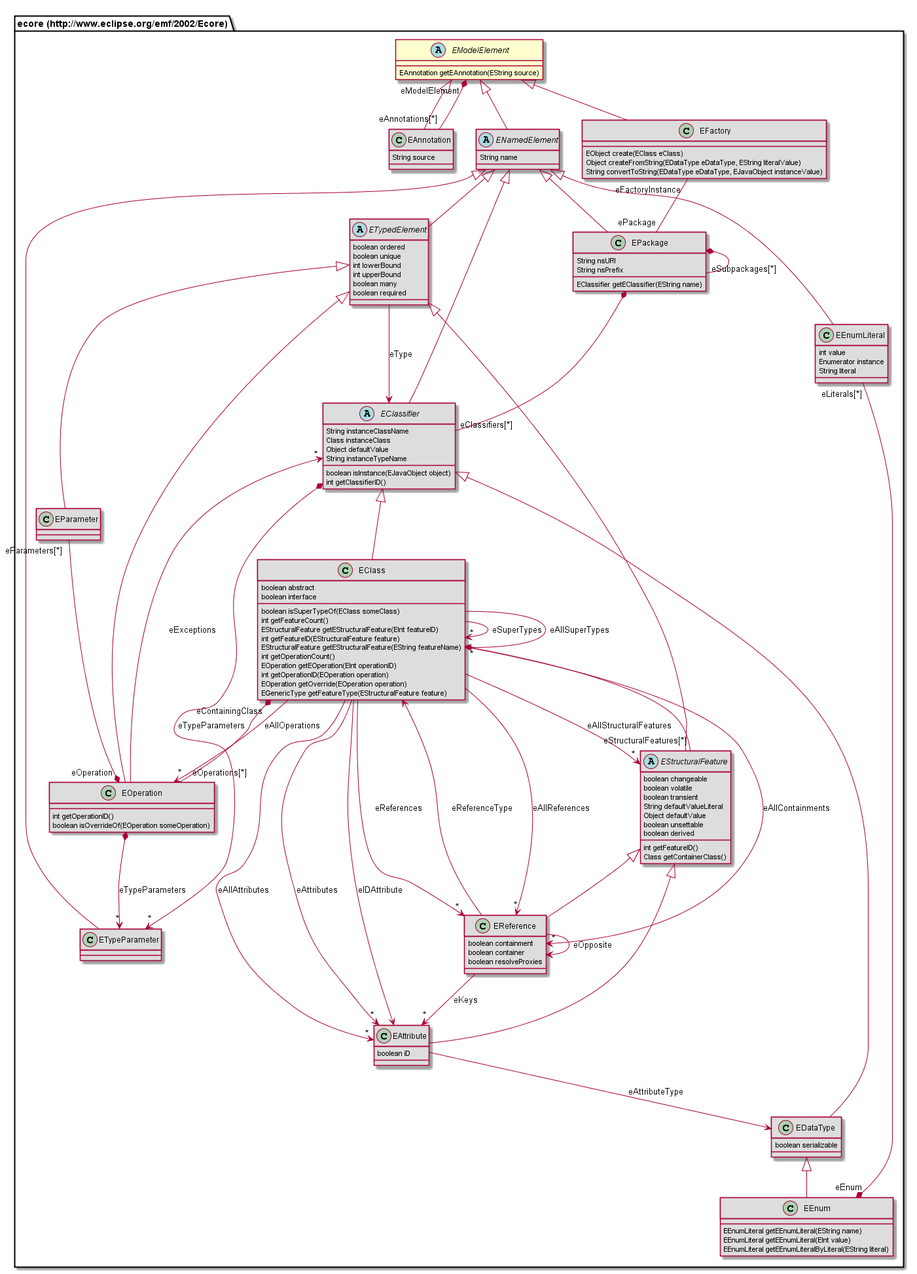
Before: org.nasdanika.codegen.editor/doc/model/687474703a2f2f7777772e65636c697073652e6f72672f656d662f323030322f45636f7265/EModelElement.png, a diagram exported from PlantUML (Nasdanika/codegen).
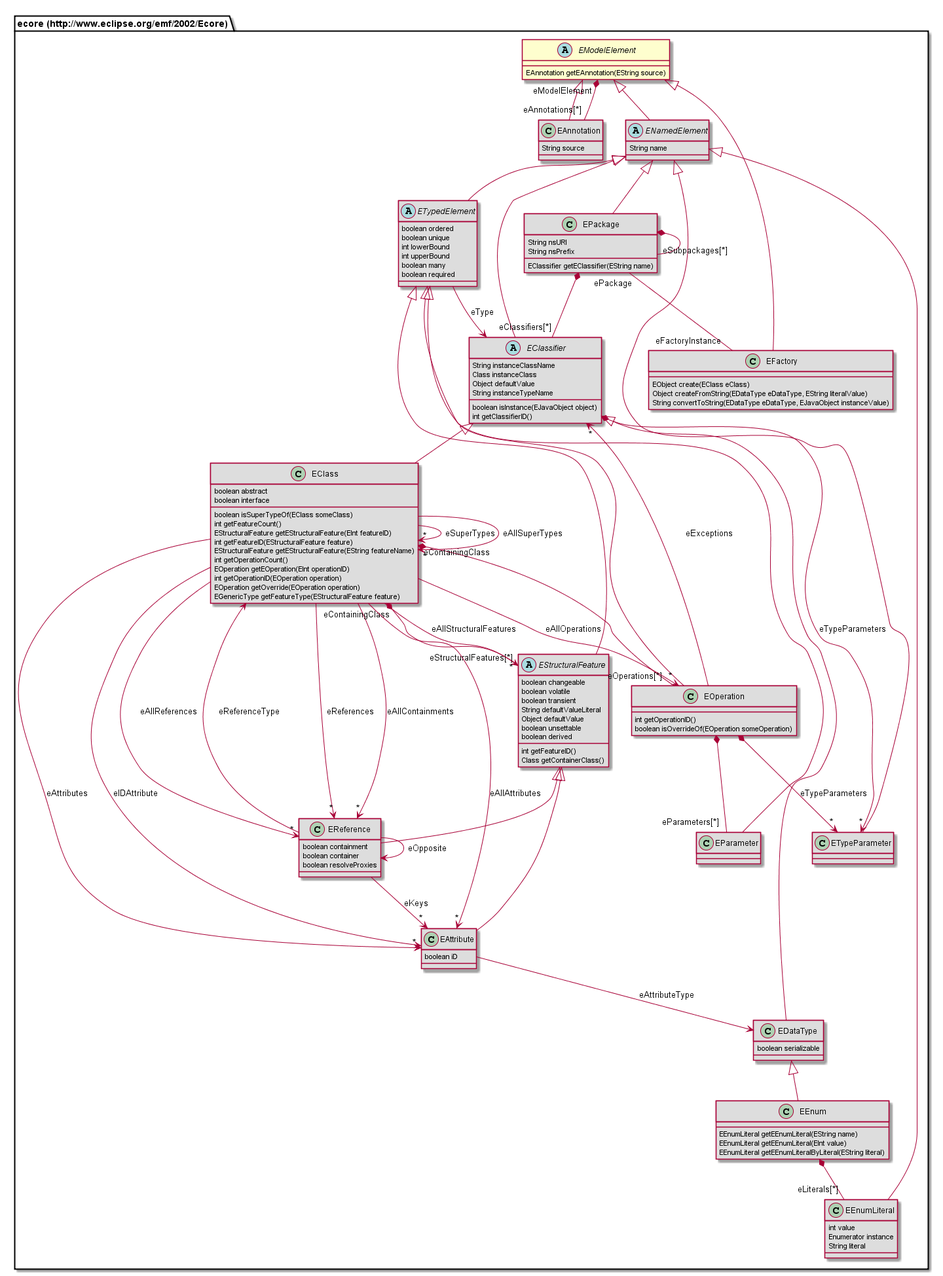
Above is the later version.

Change to the diagram source:
```diff
@@ -2,8 +2,53 @@
 abstract class "ecore (http://www.eclipse.org/emf/2002/Ecore).EModelElement" {
 	EAnnotation getEAnnotation(EString source)
 }
+class "ecore (http://www.eclipse.org/emf/2002/Ecore).EReference" #DDDDDD {
+	boolean containment
+	boolean container
+	boolean resolveProxies
+}
 class "ecore (http://www.eclipse.org/emf/2002/Ecore).EAnnotation" #DDDDDD {
 	String source
+}
+abstract class "ecore (http://www.eclipse.org/emf/2002/Ecore).EStructuralFeature" #DDDDDD {
+	boolean changeable
+	boolean volatile
+	boolean transient
+	String defaultValueLiteral
+	Object defaultValue
+	boolean unsettable
+	boolean derived
+	int getFeatureID()
+	Class getContainerClass()
+}
+class "ecore (http://www.eclipse.org/emf/2002/Ecore).EEnum" #DDDDDD {
+	EEnumLiteral getEEnumLiteral(EString name)
+	EEnumLiteral getEEnumLiteral(EInt value)
+	EEnumLiteral getEEnumLiteralByLiteral(EString literal)
+}
+class "ecore (http://www.eclipse.org/emf/2002/Ecore).EOperation" #DDDDDD {
+	int getOperationID()
+	boolean isOverrideOf(EOperation someOperation)
+}
+class "ecore (http://www.eclipse.org/emf/2002/Ecore).EPackage" #DDDDDD {
+	String nsURI
+	String nsPrefix
+	EClassifier getEClassifier(EString name)
+}
+abstract class "ecore (http://www.eclipse.org/emf/2002/Ecore).EClassifier" #DDDDDD {
+	String instanceClassName
+	Class instanceClass
+	Object defaultValue
+	String instanceTypeName
+	boolean isInstance(EJavaObject object)
+	int getClassifierID()
+}
+class "ecore (http://www.eclipse.org/emf/2002/Ecore).ETypeParameter" #DDDDDD {
+}
+class "ecore (http://www.eclipse.org/emf/2002/Ecore).EEnumLiteral" #DDDDDD {
+	int value
+	Enumerator instance
+	String literal
 }
 abstract class "ecore (http://www.eclipse.org/emf/2002/Ecore).ETypedElement" #DDDDDD {
 	boolean ordered
@@ -13,36 +58,10 @@
 	boolean many
 	boolean required
 }
-class "ecore (http://www.eclipse.org/emf/2002/Ecore).EFactory" #DDDDDD {
-	EObject create(EClass eClass)
-	Object createFromString(EDataType eDataType, EString literalValue)
-	String convertToString(EDataType eDataType, EJavaObject instanceValue)
+class "ecore (http://www.eclipse.org/emf/2002/Ecore).EParameter" #DDDDDD {
 }
 abstract class "ecore (http://www.eclipse.org/emf/2002/Ecore).ENamedElement" #DDDDDD {
 	String name
-}
-class "ecore (http://www.eclipse.org/emf/2002/Ecore).EPackage" #DDDDDD {
-	String nsURI
-	String nsPrefix
-	EClassifier getEClassifier(EString name)
-}
-class "ecore (http://www.eclipse.org/emf/2002/Ecore).EParameter" #DDDDDD {
-}
-class "ecore (http://www.eclipse.org/emf/2002/Ecore).EEnumLiteral" #DDDDDD {
-	int value
-	Enumerator instance
-	String literal
-}
-class "ecore (http://www.eclipse.org/emf/2002/Ecore).ETypeParameter" #DDDDDD {
-}
-class "ecore (http://www.eclipse.org/emf/2002/Ecore).EOperation" #DDDDDD {
-	int getOperationID()
-	boolean isOverrideOf(EOperation someOperation)
-}
-class "ecore (http://www.eclipse.org/emf/2002/Ecore).EEnum" #DDDDDD {
-	EEnumLiteral getEEnumLiteral(EString name)
-	EEnumLiteral getEEnumLiteral(EInt value)
-	EEnumLiteral getEEnumLiteralByLiteral(EString literal)
 }
 class "ecore (http://www.eclipse.org/emf/2002/Ecore).EClass" #DDDDDD {
 	boolean abstract
@@ -58,62 +77,48 @@
 	EOperation getOverride(EOperation operation)
 	EGenericType getFeatureType(EStructuralFeature feature)
 }
-class "ecore (http://www.eclipse.org/emf/2002/Ecore).EReference" #DDDDDD {
-	boolean containment
-	boolean container
-	boolean resolveProxies
+class "ecore (http://www.eclipse.org/emf/2002/Ecore).EFactory" #DDDDDD {
+	EObject create(EClass eClass)
+	Object createFromString(EDataType eDataType, EString literalValue)
+	String convertToString(EDataType eDataType, EJavaObject instanceValue)
 }
-abstract class "ecore (http://www.eclipse.org/emf/2002/Ecore).EClassifier" #DDDDDD {
-	String instanceClassName
-	Class instanceClass
-	Object defaultValue
-	String instanceTypeName
-	boolean isInstance(EJavaObject object)
-	int getClassifierID()
-}
-abstract class "ecore (http://www.eclipse.org/emf/2002/Ecore).EStructuralFeature" #DDDDDD {
-	boolean changeable
-	boolean volatile
-	boolean transient
-	String defaultValueLiteral
-	Object defaultValue
-	boolean unsettable
-	boolean derived
-	int getFeatureID()
-	Class getContainerClass()
+class "ecore (http://www.eclipse.org/emf/2002/Ecore).EAttribute" #DDDDDD {
+	boolean iD
 }
 class "ecore (http://www.eclipse.org/emf/2002/Ecore).EDataType" #DDDDDD {
 	boolean serializable
 }
-class "ecore (http://www.eclipse.org/emf/2002/Ecore).EAttribute" #DDDDDD {
-	boolean iD
-}
+"ecore (http://www.eclipse.org/emf/2002/Ecore).EStructuralFeature" <|-- "ecore (http://www.eclipse.org/emf/2002/Ecore).EReference"
 "ecore (http://www.eclipse.org/emf/2002/Ecore).EModelElement" <|-- "ecore (http://www.eclipse.org/emf/2002/Ecore).EAnnotation"
+"ecore (http://www.eclipse.org/emf/2002/Ecore).ETypedElement" <|-- "ecore (http://www.eclipse.org/emf/2002/Ecore).EStructuralFeature"
+"ecore (http://www.eclipse.org/emf/2002/Ecore).EDataType" <|-- "ecore (http://www.eclipse.org/emf/2002/Ecore).EEnum"
+"ecore (http://www.eclipse.org/emf/2002/Ecore).ETypedElement" <|-- "ecore (http://www.eclipse.org/emf/2002/Ecore).EOperation"
+"ecore (http://www.eclipse.org/emf/2002/Ecore).ENamedElement" <|-- "ecore (http://www.eclipse.org/emf/2002/Ecore).EPackage"
+"ecore (http://www.eclipse.org/emf/2002/Ecore).ENamedElement" <|-- "ecore (http://www.eclipse.org/emf/2002/Ecore).EClassifier"
+"ecore (http://www.eclipse.org/emf/2002/Ecore).ENamedElement" <|-- "ecore (http://www.eclipse.org/emf/2002/Ecore).ETypeParameter"
+"ecore (http://www.eclipse.org/emf/2002/Ecore).ENamedElement" <|-- "ecore (http://www.eclipse.org/emf/2002/Ecore).EEnumLiteral"
 "ecore (http://www.eclipse.org/emf/2002/Ecore).ENamedElement" <|-- "ecore (http://www.eclipse.org/emf/2002/Ecore).ETypedElement"
+"ecore (http://www.eclipse.org/emf/2002/Ecore).ETypedElement" <|-- "ecore (http://www.eclipse.org/emf/2002/Ecore).EParameter"
+"ecore (http://www.eclipse.org/emf/2002/Ecore).EModelElement" <|-- "ecore (http://www.eclipse.org/emf/2002/Ecore).ENamedElement"
+"ecore (http://www.eclipse.org/emf/2002/Ecore).EClassifier" <|-- "ecore (http://www.eclipse.org/emf/2002/Ecore).EClass"
 "ecore (http://www.eclipse.org/emf/2002/Ecore).EModelElement" <|-- "ecore (http://www.eclipse.org/emf/2002/Ecore).EFactory"
-"ecore (http://www.eclipse.org/emf/2002/Ecore).EModelElement" <|-- "ecore (http://www.eclipse.org/emf/2002/Ecore).ENamedElement"
-"ecore (http://www.eclipse.org/emf/2002/Ecore).ENamedElement" <|-- "ecore (http://www.eclipse.org/emf/2002/Ecore).EPackage"
-"ecore (http://www.eclipse.org/emf/2002/Ecore).ETypedElement" <|-- "ecore (http://www.eclipse.org/emf/2002/Ecore).EParameter"
-"ecore (http://www.eclipse.org/emf/2002/Ecore).ENamedElement" <|-- "ecore (http://www.eclipse.org/emf/2002/Ecore).EEnumLiteral"
-"ecore (http://www.eclipse.org/emf/2002/Ecore).ENamedElement" <|-- "ecore (http://www.eclipse.org/emf/2002/Ecore).ETypeParameter"
-"ecore (http://www.eclipse.org/emf/2002/Ecore).ETypedElement" <|-- "ecore (http://www.eclipse.org/emf/2002/Ecore).EOperation"
-"ecore (http://www.eclipse.org/emf/2002/Ecore).EDataType" <|-- "ecore (http://www.eclipse.org/emf/2002/Ecore).EEnum"
-"ecore (http://www.eclipse.org/emf/2002/Ecore).EClassifier" <|-- "ecore (http://www.eclipse.org/emf/2002/Ecore).EClass"
-"ecore (http://www.eclipse.org/emf/2002/Ecore).EStructuralFeature" <|-- "ecore (http://www.eclipse.org/emf/2002/Ecore).EReference"
-"ecore (http://www.eclipse.org/emf/2002/Ecore).ENamedElement" <|-- "ecore (http://www.eclipse.org/emf/2002/Ecore).EClassifier"
-"ecore (http://www.eclipse.org/emf/2002/Ecore).ETypedElement" <|-- "ecore (http://www.eclipse.org/emf/2002/Ecore).EStructuralFeature"
+"ecore (http://www.eclipse.org/emf/2002/Ecore).EStructuralFeature" <|-- "ecore (http://www.eclipse.org/emf/2002/Ecore).EAttribute"
 "ecore (http://www.eclipse.org/emf/2002/Ecore).EClassifier" <|-- "ecore (http://www.eclipse.org/emf/2002/Ecore).EDataType"
-"ecore (http://www.eclipse.org/emf/2002/Ecore).EStructuralFeature" <|-- "ecore (http://www.eclipse.org/emf/2002/Ecore).EAttribute"
+"ecore (http://www.eclipse.org/emf/2002/Ecore).EReference" --> "ecore (http://www.eclipse.org/emf/2002/Ecore).EReference" : eOpposite
+"ecore (http://www.eclipse.org/emf/2002/Ecore).EReference" --> "ecore (http://www.eclipse.org/emf/2002/Ecore).EClass" : eReferenceType
+"ecore (http://www.eclipse.org/emf/2002/Ecore).EReference" --> "*" "ecore (http://www.eclipse.org/emf/2002/Ecore).EAttribute" : eKeys
 "ecore (http://www.eclipse.org/emf/2002/Ecore).EAnnotation" "eAnnotations[*]" --* "eModelElement" "ecore (http://www.eclipse.org/emf/2002/Ecore).EModelElement"
-"ecore (http://www.eclipse.org/emf/2002/Ecore).ETypedElement" --> "ecore (http://www.eclipse.org/emf/2002/Ecore).EClassifier" : eType
-"ecore (http://www.eclipse.org/emf/2002/Ecore).EFactory" "eFactoryInstance" -- "ePackage" "ecore (http://www.eclipse.org/emf/2002/Ecore).EPackage"
+"ecore (http://www.eclipse.org/emf/2002/Ecore).EStructuralFeature" "eStructuralFeatures[*]" --* "eContainingClass" "ecore (http://www.eclipse.org/emf/2002/Ecore).EClass"
+"ecore (http://www.eclipse.org/emf/2002/Ecore).EEnum" *-- "eLiterals[*]" "ecore (http://www.eclipse.org/emf/2002/Ecore).EEnumLiteral"
+"ecore (http://www.eclipse.org/emf/2002/Ecore).EOperation" "eOperations[*]" --* "eContainingClass" "ecore (http://www.eclipse.org/emf/2002/Ecore).EClass"
+"ecore (http://www.eclipse.org/emf/2002/Ecore).EOperation" *--> "*" "ecore (http://www.eclipse.org/emf/2002/Ecore).ETypeParameter" : eTypeParameters
+"ecore (http://www.eclipse.org/emf/2002/Ecore).EOperation" *-- "eParameters[*]" "ecore (http://www.eclipse.org/emf/2002/Ecore).EParameter"
+"ecore (http://www.eclipse.org/emf/2002/Ecore).EOperation" --> "*" "ecore (http://www.eclipse.org/emf/2002/Ecore).EClassifier" : eExceptions
+"ecore (http://www.eclipse.org/emf/2002/Ecore).EPackage" "ePackage" -- "eFactoryInstance" "ecore (http://www.eclipse.org/emf/2002/Ecore).EFactory"
 "ecore (http://www.eclipse.org/emf/2002/Ecore).EPackage" *-- "eClassifiers[*]" "ecore (http://www.eclipse.org/emf/2002/Ecore).EClassifier"
 "ecore (http://www.eclipse.org/emf/2002/Ecore).EPackage" *-- "eSubpackages[*]" "ecore (http://www.eclipse.org/emf/2002/Ecore).EPackage"
-"ecore (http://www.eclipse.org/emf/2002/Ecore).EParameter" "eParameters[*]" --* "eOperation" "ecore (http://www.eclipse.org/emf/2002/Ecore).EOperation"
-"ecore (http://www.eclipse.org/emf/2002/Ecore).EEnumLiteral" "eLiterals[*]" --* "eEnum" "ecore (http://www.eclipse.org/emf/2002/Ecore).EEnum"
-"ecore (http://www.eclipse.org/emf/2002/Ecore).EOperation" "eOperations[*]" --* "eContainingClass" "ecore (http://www.eclipse.org/emf/2002/Ecore).EClass"
-"ecore (http://www.eclipse.org/emf/2002/Ecore).EOperation" *--> "*" "ecore (http://www.eclipse.org/emf/2002/Ecore).ETypeParameter" : eTypeParameters
-"ecore (http://www.eclipse.org/emf/2002/Ecore).EOperation" --> "*" "ecore (http://www.eclipse.org/emf/2002/Ecore).EClassifier" : eExceptions
+"ecore (http://www.eclipse.org/emf/2002/Ecore).EClassifier" *--> "*" "ecore (http://www.eclipse.org/emf/2002/Ecore).ETypeParameter" : eTypeParameters
+"ecore (http://www.eclipse.org/emf/2002/Ecore).ETypedElement" --> "ecore (http://www.eclipse.org/emf/2002/Ecore).EClassifier" : eType
 "ecore (http://www.eclipse.org/emf/2002/Ecore).EClass" --> "*" "ecore (http://www.eclipse.org/emf/2002/Ecore).EClass" : eSuperTypes
 "ecore (http://www.eclipse.org/emf/2002/Ecore).EClass" --> "*" "ecore (http://www.eclipse.org/emf/2002/Ecore).EAttribute" : eAllAttributes
 "ecore (http://www.eclipse.org/emf/2002/Ecore).EClass" --> "*" "ecore (http://www.eclipse.org/emf/2002/Ecore).EReference" : eAllReferences
@@ -124,10 +129,5 @@
 "ecore (http://www.eclipse.org/emf/2002/Ecore).EClass" --> "*" "ecore (http://www.eclipse.org/emf/2002/Ecore).EStructuralFeature" : eAllStructuralFeatures
 "ecore (http://www.eclipse.org/emf/2002/Ecore).EClass" --> "*" "ecore (http://www.eclipse.org/emf/2002/Ecore).EClass" : eAllSuperTypes
 "ecore (http://www.eclipse.org/emf/2002/Ecore).EClass" --> "ecore (http://www.eclipse.org/emf/2002/Ecore).EAttribute" : eIDAttribute
-"ecore (http://www.eclipse.org/emf/2002/Ecore).EClass" *-- "eStructuralFeatures[*]" "ecore (http://www.eclipse.org/emf/2002/Ecore).EStructuralFeature"
-"ecore (http://www.eclipse.org/emf/2002/Ecore).EReference" --> "ecore (http://www.eclipse.org/emf/2002/Ecore).EReference" : eOpposite
-"ecore (http://www.eclipse.org/emf/2002/Ecore).EReference" --> "ecore (http://www.eclipse.org/emf/2002/Ecore).EClass" : eReferenceType
-"ecore (http://www.eclipse.org/emf/2002/Ecore).EReference" --> "*" "ecore (http://www.eclipse.org/emf/2002/Ecore).EAttribute" : eKeys
-"ecore (http://www.eclipse.org/emf/2002/Ecore).EClassifier" *--> "*" "ecore (http://www.eclipse.org/emf/2002/Ecore).ETypeParameter" : eTypeParameters
 "ecore (http://www.eclipse.org/emf/2002/Ecore).EAttribute" --> "ecore (http://www.eclipse.org/emf/2002/Ecore).EDataType" : eAttributeType
 @enduml
```
